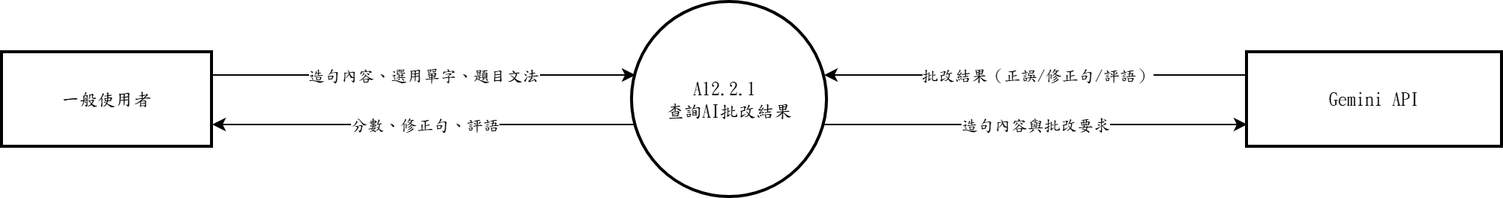
Earlier version of the draw.io export 系統文件/第6章/DFD圖/圖12/圖12-2.drawio.png (s22452007/115502). Source tidied: cells renumbered, new cells last; positions are measured from the earlier drawing's top-left corner, leaving out a move shared by most shapes.
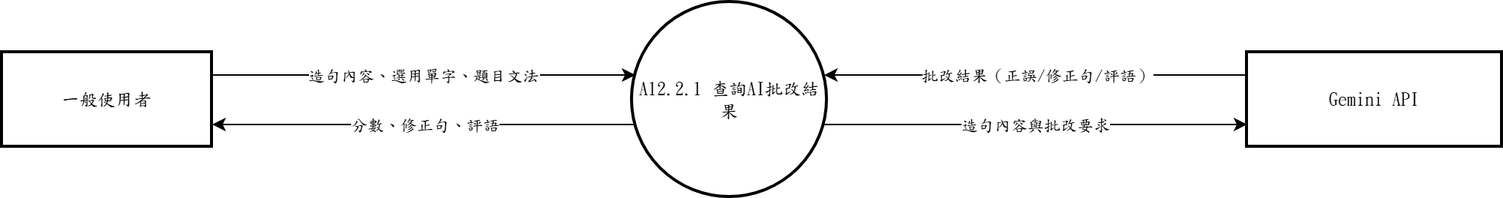
The same file after the commit.

Change to the diagram source:
```diff
@@ -2,7 +2,7 @@
   <root>
     <mxCell id="0" />
     <mxCell id="1" parent="0" />
-    <mxCell id="2" value="A12.2.1&amp;nbsp;&lt;div&gt;查詢AI批改結果&lt;/div&gt;" style="ellipse;strokeWidth=2;whiteSpace=wrap;html=1;fontFamily=標楷體;" parent="1" vertex="1">
+    <mxCell id="2" value="A12.2.1 查詢AI批改結果" style="ellipse;strokeWidth=2;whiteSpace=wrap;html=1;fontFamily=標楷體;" parent="1" vertex="1">
       <mxGeometry x="420" width="130" height="130" as="geometry" />
     </mxCell>
     <mxCell id="3" value="一般使用者" style="whiteSpace=wrap;strokeWidth=2;html=1;fontFamily=標楷體;" parent="1" vertex="1">
```
